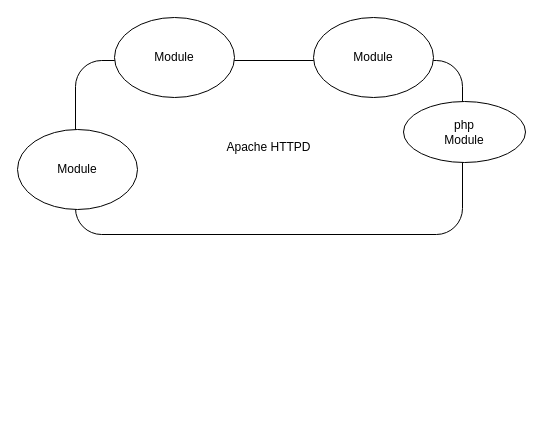
Earlier version of the draw.io diagram 未命名绘图.drawio (zhongyupei666/noteFile). Source tidied: cells renumbered, new cells numbered last; positions are measured from the earlier drawing's top-left corner, leaving out a move shared by most shapes. Both pictures are drawn from the tidied source at 100%, with x=0, y=0 at pixel (17, 17).
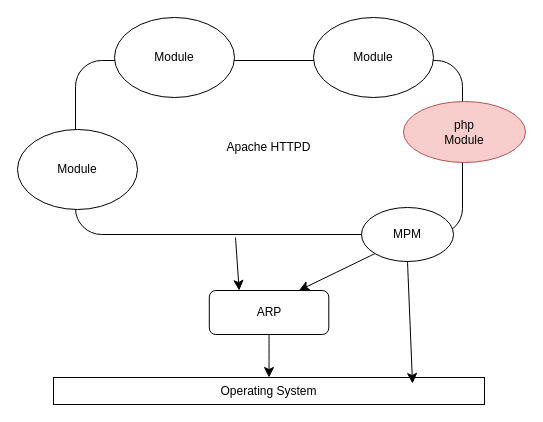
After the change.

The edit, as a diff of the source:
```diff
@@
 <mxGraphModel>
   <root>
     <mxCell id="0" />
     <mxCell id="1" parent="0" />
     <mxCell id="2" value="Apache HTTPD" style="rounded=1;whiteSpace=wrap;html=1;" parent="1" vertex="1">
       <mxGeometry x="58" y="43" width="387" height="174" as="geometry" />
     </mxCell>
     <mxCell id="3" value="Module" style="ellipse;whiteSpace=wrap;html=1;" parent="1" vertex="1">
       <mxGeometry x="97" width="120" height="80" as="geometry" />
     </mxCell>
     <mxCell id="4" value="Module" style="ellipse;whiteSpace=wrap;html=1;" parent="1" vertex="1">
       <mxGeometry x="296" width="120" height="80" as="geometry" />
     </mxCell>
     <mxCell id="5" value="Module" style="ellipse;whiteSpace=wrap;html=1;" parent="1" vertex="1">
       <mxGeometry y="112" width="120" height="80" as="geometry" />
     </mxCell>
-    <mxCell id="6" value="php&lt;br&gt;Module" style="ellipse;whiteSpace=wrap;html=1;" parent="1" vertex="1">
+    <mxCell id="6" value="php&lt;br&gt;Module" style="ellipse;whiteSpace=wrap;html=1;fillColor=#f8cecc;strokeColor=#b85450;" parent="1" vertex="1">
       <mxGeometry x="386" y="84" width="122" height="61" as="geometry" />
     </mxCell>
+    <mxCell id="7" value="MPM" style="ellipse;whiteSpace=wrap;html=1;" parent="1" vertex="1">
+      <mxGeometry x="344" y="190" width="92" height="54" as="geometry" />
+    </mxCell>
+    <mxCell id="8" value="ARP" style="rounded=1;whiteSpace=wrap;html=1;" parent="1" vertex="1">
+      <mxGeometry x="191.8" y="273" width="119.5" height="44" as="geometry" />
+    </mxCell>
+    <mxCell id="9" value="Operating System" style="rounded=0;whiteSpace=wrap;html=1;" parent="1" vertex="1">
+      <mxGeometry x="36" y="360" width="431" height="27" as="geometry" />
+    </mxCell>
+    <mxCell id="10" style="endArrow=classic;html=1;rounded=0;fontSize=12;startSize=8;endSize=8;curved=1;entryX=0.25;entryY=0;entryDx=0;entryDy=0;" parent="1" edge="1" target="8">
+      <mxGeometry relative="1" as="geometry">
+        <mxPoint x="218" y="220" as="sourcePoint" />
+      </mxGeometry>
+    </mxCell>
+    <mxCell id="11" style="endArrow=classic;html=1;rounded=0;fontSize=12;startSize=8;endSize=8;curved=1;exitX=0;exitY=1;exitDx=0;exitDy=0;entryX=0.75;entryY=0;entryDx=0;entryDy=0;" parent="1" edge="1" source="7" target="8">
+      <mxGeometry relative="1" as="geometry" />
+    </mxCell>
+    <mxCell id="12" style="endArrow=classic;html=1;rounded=0;fontSize=12;startSize=8;endSize=8;curved=1;exitX=0.5;exitY=1;exitDx=0;exitDy=0;entryX=0.833;entryY=0.222;entryDx=0;entryDy=0;entryPerimeter=0;" parent="1" edge="1" source="7" target="9">
+      <mxGeometry relative="1" as="geometry" />
+    </mxCell>
+    <mxCell id="13" style="endArrow=classic;html=1;rounded=0;fontSize=12;startSize=8;endSize=8;curved=1;exitX=0.5;exitY=1;exitDx=0;exitDy=0;entryX=0.5;entryY=0;entryDx=0;entryDy=0;" parent="1" edge="1" source="8" target="9">
+      <mxGeometry relative="1" as="geometry" />
+    </mxCell>
   </root>
 </mxGraphModel>
```
